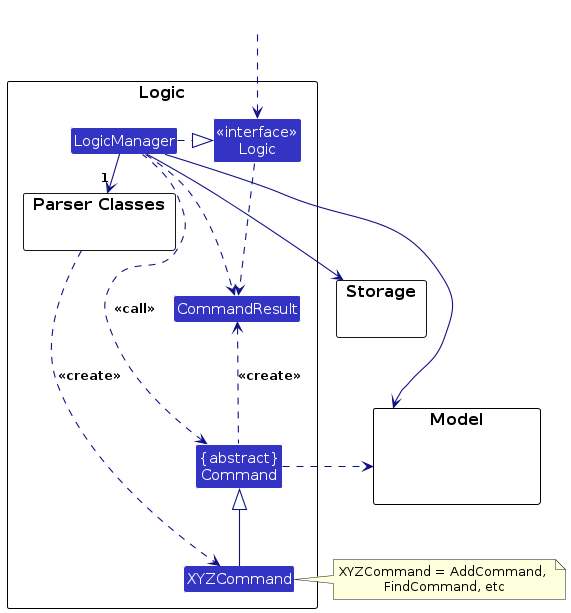
Above: diagrams/LogicClassDiagram.png in AY2627S1-CS2103T-F15-2/tp (PlantUML), before the change. Its source is kept beside it as diagrams/LogicClassDiagram.puml.
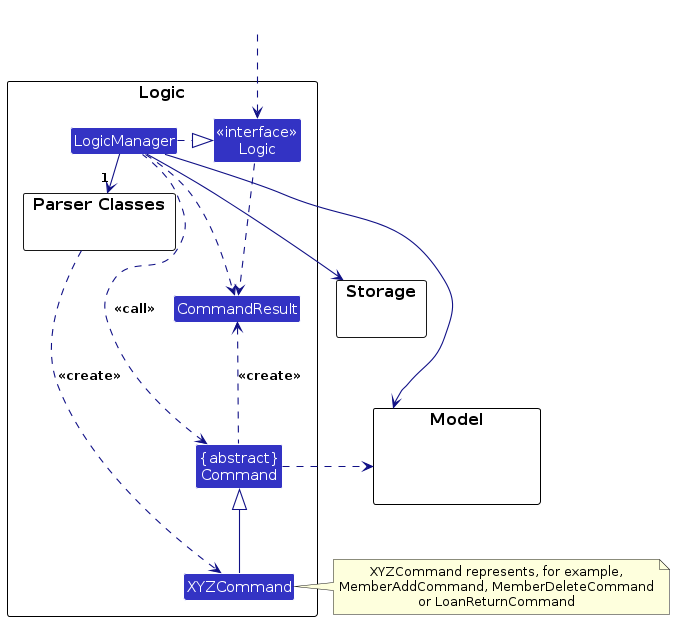
The same file after the commit.

The edit, as a diff of the source:
```diff
@@ -39,7 +39,7 @@
 Storage --[hidden] Model
 Command .[hidden]up.> Storage
 Command .right.> Model
-note right of XYZCommand: XYZCommand = AddCommand, \nFindCommand, etc
+note right of XYZCommand: XYZCommand represents, for example,\nMemberAddCommand, MemberDeleteCommand\nor LoanReturnCommand
 
 Logic ..> CommandResult
 LogicManager .down.> CommandResult
```
